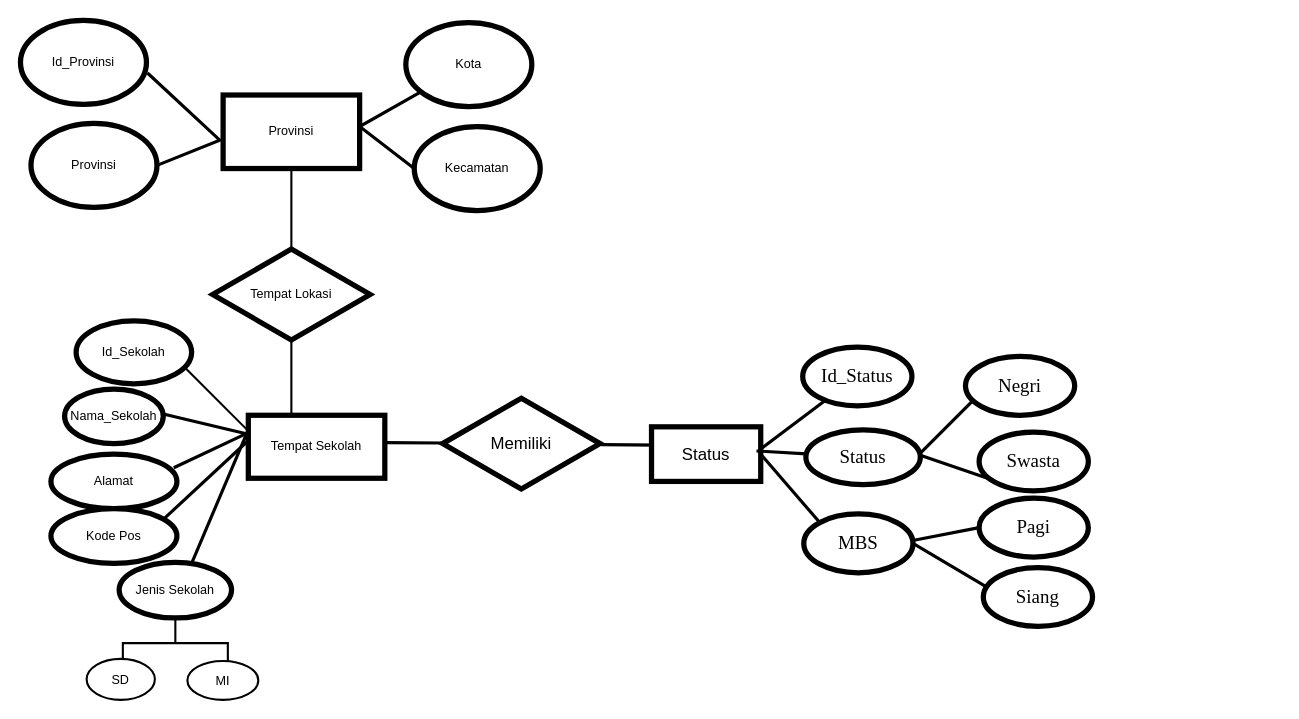
Above: Diagram Tanpa Judul.drawio in ashaunix21/shynigami21 (draw.io), before the change. Source tidied: cells renumbered, new cells numbered last; positions are measured from the earlier drawing's top-left corner, leaving out a move shared by most shapes. Both pictures are drawn from the tidied source at 105%, with x=0, y=0 at pixel (20, 20).
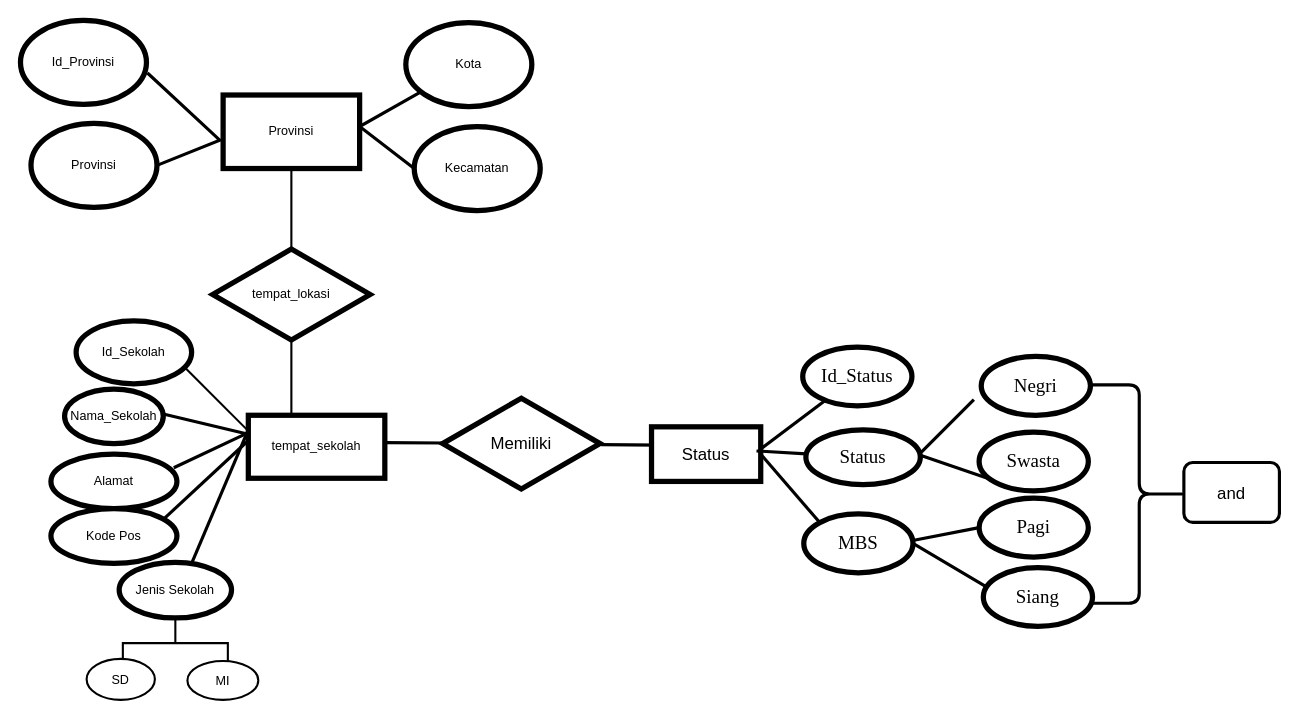
The same diagram, later.

Diff of the diagram source:
```diff
@@
-    <mxCell id="9" value="Tempat Lokasi" style="html=1;whiteSpace=wrap;shape=isoRectangle;strokeColor=#000000;strokeWidth=5;" parent="1" vertex="1">
+    <mxCell id="9" value="tempat_lokasi" style="html=1;whiteSpace=wrap;shape=isoRectangle;strokeColor=#000000;strokeWidth=5;" parent="1" vertex="1">
       <mxGeometry x="183" y="216" width="150" height="90" as="geometry" />
     </mxCell>
@@
-    <mxCell id="11" value="Tempat Sekolah" style="rounded=0;whiteSpace=wrap;html=1;strokeColor=#000000;strokeWidth=5;" parent="1" vertex="1">
+    <mxCell id="11" value="tempat_sekolah" style="rounded=0;whiteSpace=wrap;html=1;strokeColor=#000000;strokeWidth=5;" parent="1" vertex="1">
       <mxGeometry x="217" y="376" width="130" height="60" as="geometry" />
     </mxCell>
@@
     <mxCell id="39" value="Negri" style="ellipse;whiteSpace=wrap;html=1;strokeColor=#000000;strokeWidth=5;fontFamily=Times New Roman;fontSize=18;fontColor=#000000;" parent="1" vertex="1">
-      <mxGeometry x="900" y="320" width="104" height="56" as="geometry" />
+      <mxGeometry x="915" y="320" width="104" height="56" as="geometry" />
     </mxCell>
@@
+    <mxCell id="45" style="shape=curlyBracket;whiteSpace=wrap;html=1;rounded=1;flipH=1;strokeWidth=3;" parent="1" vertex="1">
+      <mxGeometry x="1020" y="347" width="91" height="208" as="geometry" />
+    </mxCell>
+    <mxCell id="46" value="&lt;font size=&quot;3&quot;&gt;and&lt;/font&gt;" style="rounded=1;whiteSpace=wrap;html=1;strokeWidth=3;" parent="1" vertex="1">
+      <mxGeometry x="1108" y="421" width="91" height="57" as="geometry" />
+    </mxCell>
```
